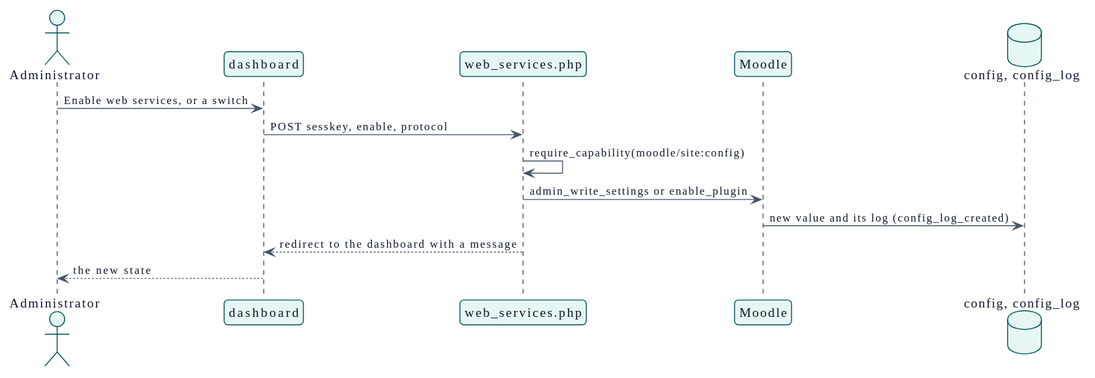
didactika/moodle-local_servicemanager keeps this PlantUML diagram as docs/en/technical/design/use-cases/turnWebServices/sequence.svg. Above is the earlier version.
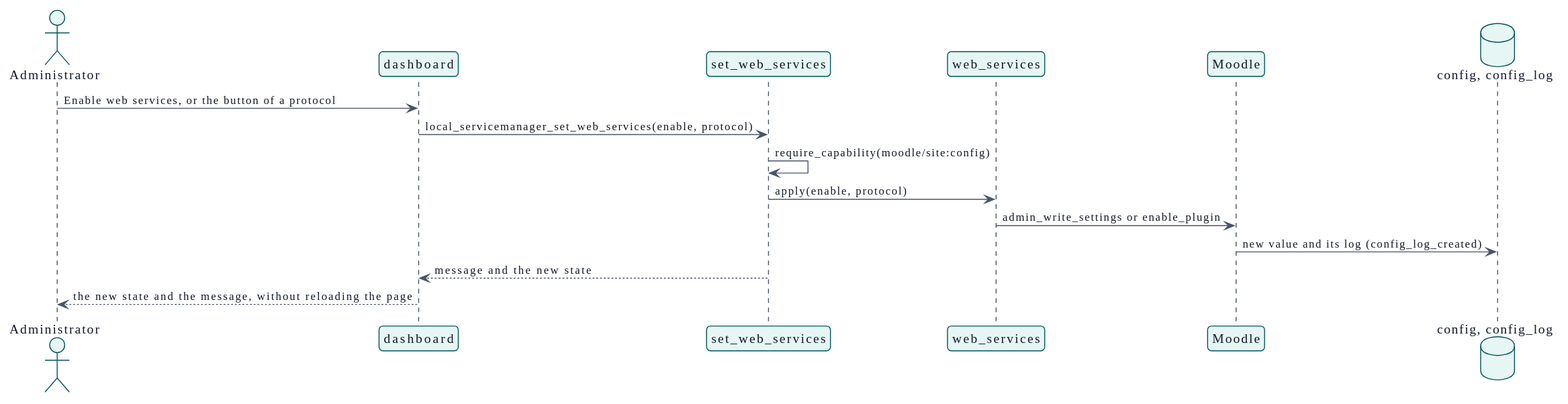
Above is the later version.

What changed in the source:
```diff
@@ -108,15 +108,17 @@
 
 actor "Administrator" as actor
 participant "dashboard" as dashboard
-participant "web_services.php" as page
+participant "set_web_services" as service
+participant "web_services" as apply
 participant "Moodle" as moodle
 database "config, config_log" as config
 
-actor -> dashboard : Enable web services, or a switch
-dashboard -> page : POST sesskey, enable, protocol
-page -> page : require_capability(moodle/site:config)
-page -> moodle : admin_write_settings or enable_plugin
+actor -> dashboard : Enable web services, or the button of a protocol
+dashboard -> service : local_servicemanager_set_web_services(enable, protocol)
+service -> service : require_capability(moodle/site:config)
+service -> apply : apply(enable, protocol)
+apply -> moodle : admin_write_settings or enable_plugin
 moodle -> config : new value and its log (config_log_created)
-page --> dashboard : redirect to the dashboard with a message
-dashboard --> actor : the new state
+service --> dashboard : message and the new state
+dashboard --> actor : the new state and the message, without reloading the page
 @enduml
```
